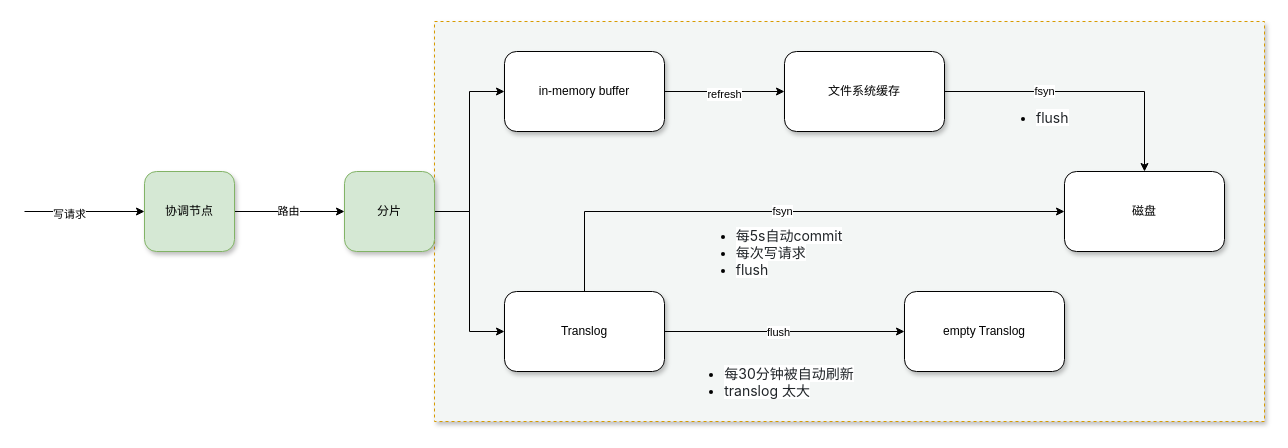
1715277231/documents keeps this draw.io diagram as page "第 5 页" (5 of 5) of drawio/ES架构.drawio. Above is the earlier version. Source tidied: cells renumbered, new cells numbered last; positions are measured from the earlier drawing's top-left corner, leaving out a move shared by most shapes. Both pictures are drawn from the tidied source at 100%, with x=0, y=0 at pixel (24, 21).
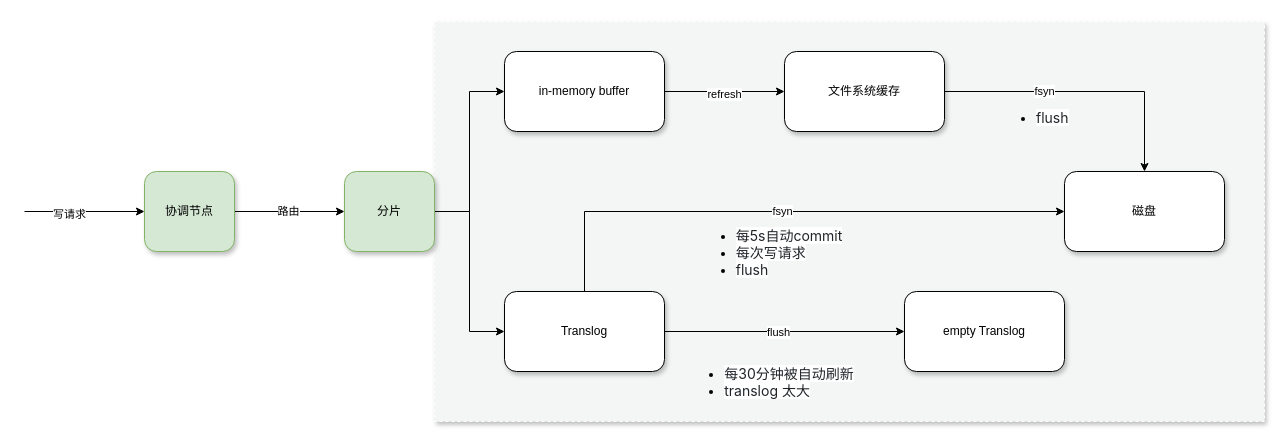
Above is the later version.

Diff of the diagram source:
```diff
@@
-    <mxCell id="2" style="rounded=0;whiteSpace=wrap;html=1;dashed=1;fillColor=light-dark(#f3f6f5, #36210a);strokeColor=#d79b00;shadow=1;" parent="1" vertex="1">
+    <mxCell id="2" style="rounded=0;whiteSpace=wrap;html=1;dashed=1;fillColor=light-dark(#f3f6f5, #36210a);strokeColor=#FFFFFF;shadow=1;" parent="1" vertex="1">
       <mxGeometry x="410" width="830" height="400" as="geometry" />
     </mxCell>
```
